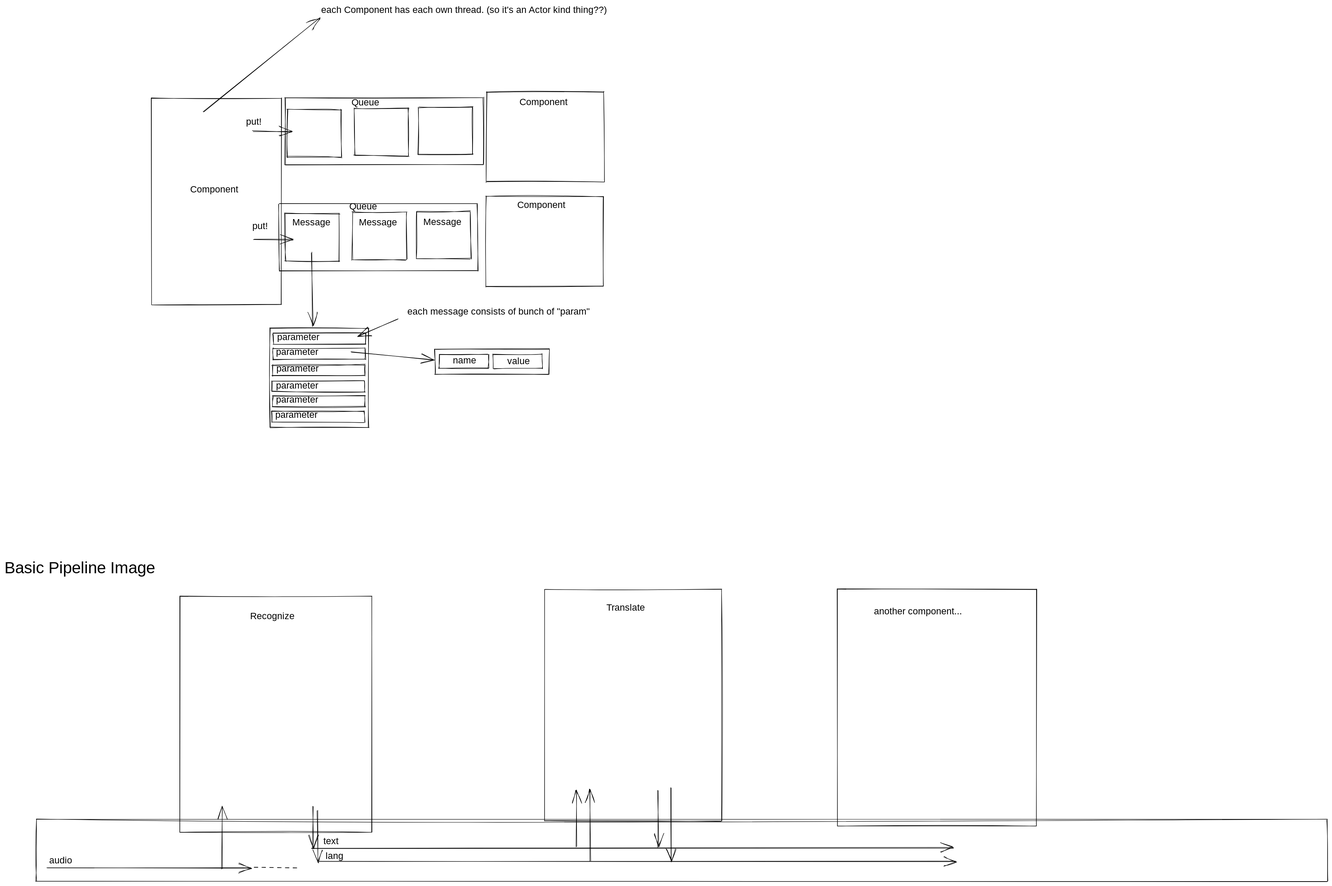
This is docs/architecture.svg from yuniruyuni/MrDamianOld, a Excalidraw export, as it was before one commit. Source tidied: one line per element, renumbered; positions are measured from the earlier drawing's top-left corner, leaving out a move shared by most shapes.
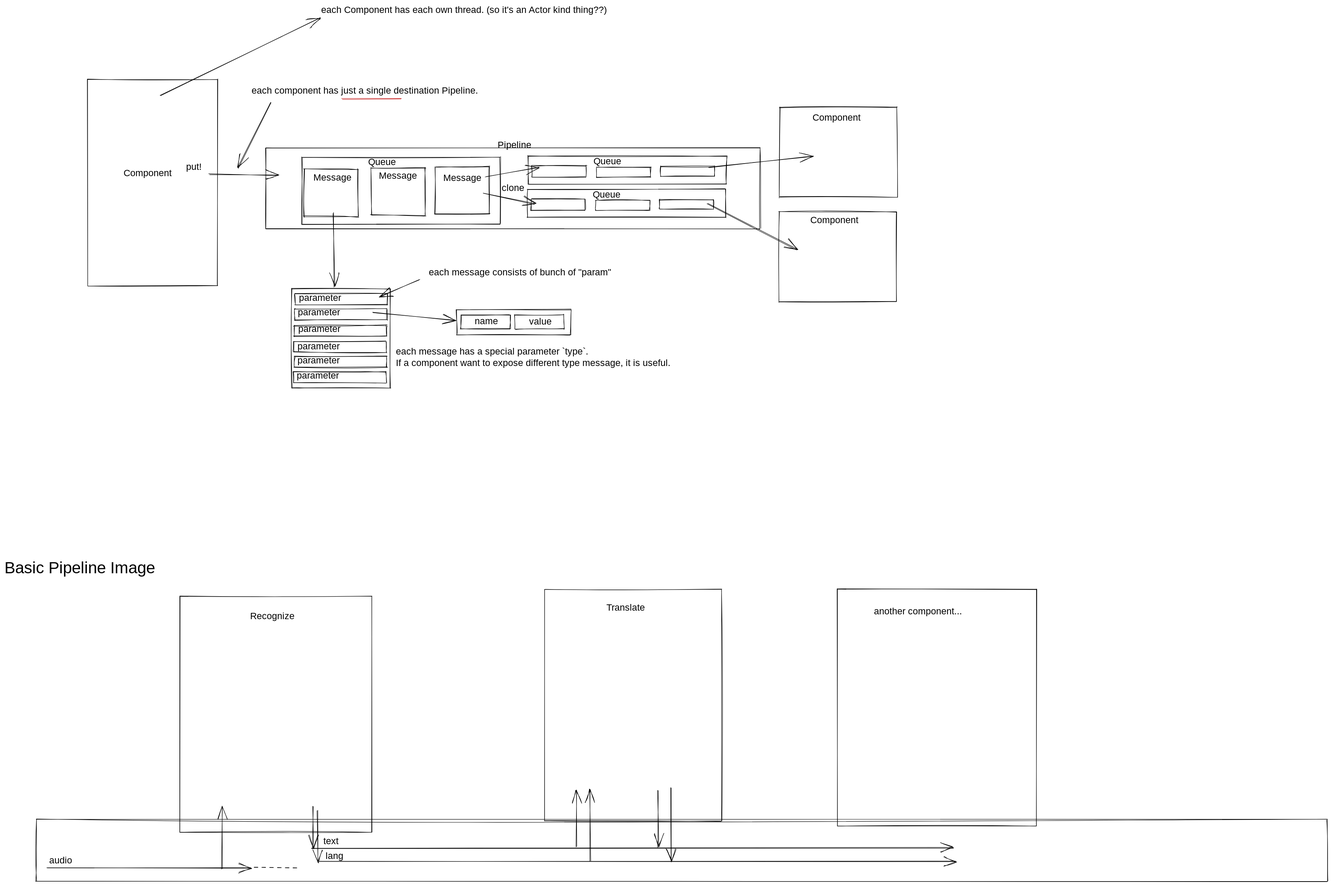
After the commit.

Commit message:
implement Pipeline for multiple component connections

What changed in the source:
```diff
@@ -1,50 +1,56 @@
-{"id": 0, "type": "rectangle", "strokeColor": "#000000", "strokeWidth": 1, "roughness": 1, "x": 601, "y": 436, "width": 434, "height": 146}
-{"id": 1, "type": "rectangle", "strokeColor": "#000000", "strokeWidth": 1, "roughness": 1, "x": 614, "y": 204, "width": 434, "height": 146}
+{"id": 1, "type": "rectangle", "strokeColor": "#000000", "strokeWidth": 1, "roughness": 1, "x": 650, "y": 334, "width": 434, "height": 146}
-{"id": 2, "type": "rectangle", "strokeColor": "#000000", "strokeWidth": 1, "roughness": 1, "x": 614, "y": 457, "width": 118, "height": 104}
+{"id": 69, "type": "rectangle", "strokeColor": "#000000", "strokeWidth": 1, "roughness": 1, "x": 1146, "y": 331, "width": 434, "height": 62}
+{"id": 70, "type": "rectangle", "strokeColor": "#000000", "strokeWidth": 1, "roughness": 1, "x": 1144, "y": 404, "width": 434, "height": 62}
-{"id": 3, "type": "rectangle", "strokeColor": "#000000", "strokeWidth": 1, "roughness": 1, "x": 619, "y": 230, "width": 118, "height": 104}
+{"id": 3, "type": "rectangle", "strokeColor": "#000000", "strokeWidth": 1, "roughness": 1, "x": 655, "y": 360, "width": 118, "height": 104}
+{"id": 71, "type": "rectangle", "strokeColor": "#000000", "strokeWidth": 1, "roughness": 1, "x": 1154, "y": 353, "width": 118, "height": 25}
+{"id": 72, "type": "rectangle", "strokeColor": "#000000", "strokeWidth": 1, "roughness": 1, "x": 1152, "y": 425, "width": 118, "height": 25}
-{"id": 4, "type": "rectangle", "strokeColor": "#000000", "strokeWidth": 1, "roughness": 1, "x": 581, "y": 708, "width": 216, "height": 218}
+{"id": 4, "type": "rectangle", "strokeColor": "#000000", "strokeWidth": 1, "roughness": 1, "x": 629, "y": 621, "width": 216, "height": 218}
-{"id": 5, "type": "rectangle", "strokeColor": "#000000", "strokeWidth": 1, "roughness": 1, "x": 761, "y": 455, "width": 118, "height": 104}
-{"id": 6, "type": "rectangle", "strokeColor": "#000000", "strokeWidth": 1, "roughness": 1, "x": 766, "y": 227, "width": 118, "height": 104}
+{"id": 6, "type": "rectangle", "strokeColor": "#000000", "strokeWidth": 1, "roughness": 1, "x": 802, "y": 357, "width": 118, "height": 104}
-{"id": 7, "type": "rectangle", "strokeColor": "#000000", "strokeWidth": 1, "roughness": 1, "x": 901, "y": 452, "width": 118, "height": 104}
+{"id": 73, "type": "rectangle", "strokeColor": "#000000", "strokeWidth": 1, "roughness": 1, "x": 1296, "y": 356, "width": 118, "height": 22}
+{"id": 74, "type": "rectangle", "strokeColor": "#000000", "strokeWidth": 1, "roughness": 1, "x": 1293, "y": 428, "width": 118, "height": 22}
-{"id": 8, "type": "rectangle", "strokeColor": "#000000", "strokeWidth": 1, "roughness": 1, "x": 906, "y": 225, "width": 118, "height": 104}
+{"id": 8, "type": "rectangle", "strokeColor": "#000000", "strokeWidth": 1, "roughness": 1, "x": 943, "y": 355, "width": 118, "height": 104}
-{"id": 9, "type": "text", "text": "Queue", "strokeColor": "#000000", "strokeWidth": 1, "roughness": 1, "fontSize": 20, "fontFamily": 1, "x": 755, "y": 431, "width": 61, "height": 25}
+{"id": 75, "type": "rectangle", "strokeColor": "#000000", "strokeWidth": 1, "roughness": 1, "x": 1435, "y": 355, "width": 118, "height": 21}
+{"id": 76, "type": "rectangle", "strokeColor": "#000000", "strokeWidth": 1, "roughness": 1, "x": 1433, "y": 427, "width": 118, "height": 21}
-{"id": 10, "type": "text", "text": "Queue", "strokeColor": "#000000", "strokeWidth": 1, "roughness": 1, "fontSize": 20, "fontFamily": 1, "x": 759, "y": 203, "width": 61, "height": 25}
+{"id": 10, "type": "text", "text": "Queue", "strokeColor": "#000000", "strokeWidth": 1, "roughness": 1, "fontSize": 20, "fontFamily": 1, "x": 796, "y": 333, "width": 61, "height": 25}
-{"id": 11, "type": "text", "text": "Message", "strokeColor": "#000000", "strokeWidth": 1, "roughness": 1, "fontSize": 20, "fontFamily": 1, "x": 630, "y": 465, "width": 84, "height": 25}
-{"id": 12, "type": "text", "text": "Message", "strokeColor": "#000000", "strokeWidth": 1, "roughness": 1, "fontSize": 20, "fontFamily": 1, "x": 775, "y": 465, "width": 84, "height": 25}
-{"id": 13, "type": "text", "text": "Message", "strokeColor": "#000000", "strokeWidth": 1, "roughness": 1, "fontSize": 20, "fontFamily": 1, "x": 916, "y": 464, "width": 84, "height": 25}
+{"id": 77, "type": "text", "text": "Queue", "strokeColor": "#000000", "strokeWidth": 1, "roughness": 1, "fontSize": 20, "fontFamily": 1, "x": 1289, "y": 332, "width": 61, "height": 25}
+{"id": 78, "type": "text", "text": "Queue", "strokeColor": "#000000", "strokeWidth": 1, "roughness": 1, "fontSize": 20, "fontFamily": 1, "x": 1287, "y": 404, "width": 61, "height": 25}
+{"id": 79, "type": "text", "text": "Message", "strokeColor": "#000000", "strokeWidth": 1, "roughness": 1, "fontSize": 20, "fontFamily": 1, "x": 960, "y": 368, "width": 84, "height": 25}
+{"id": 80, "type": "text", "text": "Message", "strokeColor": "#000000", "strokeWidth": 1, "roughness": 1, "fontSize": 20, "fontFamily": 1, "x": 819, "y": 363, "width": 84, "height": 25}
+{"id": 81, "type": "text", "text": "Message", "strokeColor": "#000000", "strokeWidth": 1, "roughness": 1, "fontSize": 20, "fontFamily": 1, "x": 675, "y": 367, "width": 84, "height": 25}
-{"id": 14, "type": "arrow", "strokeColor": "#000000", "strokeWidth": 1, "roughness": 1, "endArrowhead": "arrow", "to": 15, "x": 672, "y": 542, "width": 2, "height": 162, "points": [[0, 0], [2, 162]]}
+{"id": 14, "type": "arrow", "strokeColor": "#000000", "strokeWidth": 1, "roughness": 1, "endArrowhead": "arrow", "to": 29, "x": 719, "y": 456, "width": 2, "height": 162, "points": [[0, 0], [2, 162]]}
-{"id": 15, "type": "rectangle", "strokeColor": "#000000", "strokeWidth": 1, "roughness": 1, "x": 588, "y": 719, "width": 202, "height": 24}
+{"id": 15, "type": "rectangle", "strokeColor": "#000000", "strokeWidth": 1, "roughness": 1, "x": 635, "y": 633, "width": 202, "height": 24}
-{"id": 16, "type": "rectangle", "strokeColor": "#000000", "strokeWidth": 1, "roughness": 1, "x": 587, "y": 752, "width": 202, "height": 24}
+{"id": 16, "type": "rectangle", "strokeColor": "#000000", "strokeWidth": 1, "roughness": 1, "x": 634, "y": 666, "width": 202, "height": 24}
-{"id": 17, "type": "rectangle", "strokeColor": "#000000", "strokeWidth": 1, "roughness": 1, "x": 586, "y": 788, "width": 202, "height": 24}
+{"id": 17, "type": "rectangle", "strokeColor": "#000000", "strokeWidth": 1, "roughness": 1, "x": 633, "y": 702, "width": 202, "height": 24}
-{"id": 18, "type": "rectangle", "strokeColor": "#000000", "strokeWidth": 1, "roughness": 1, "x": 585, "y": 823, "width": 202, "height": 24}
+{"id": 18, "type": "rectangle", "strokeColor": "#000000", "strokeWidth": 1, "roughness": 1, "x": 633, "y": 736, "width": 202, "height": 24}
-{"id": 19, "type": "rectangle", "strokeColor": "#000000", "strokeWidth": 1, "roughness": 1, "x": 587, "y": 855, "width": 202, "height": 24}
+{"id": 19, "type": "rectangle", "strokeColor": "#000000", "strokeWidth": 1, "roughness": 1, "x": 634, "y": 769, "width": 202, "height": 24}
-{"id": 20, "type": "rectangle", "strokeColor": "#000000", "strokeWidth": 1, "roughness": 1, "x": 585, "y": 889, "width": 202, "height": 24}
+{"id": 20, "type": "rectangle", "strokeColor": "#000000", "strokeWidth": 1, "roughness": 1, "x": 632, "y": 803, "width": 202, "height": 24}
-{"id": 21, "type": "text", "text": "each message consists of bunch of \"param\"", "strokeColor": "#000000", "strokeWidth": 1, "roughness": 1, "fontSize": 20, "fontFamily": 1, "x": 881, "y": 660, "width": 428, "height": 25}
+{"id": 21, "type": "text", "text": "each message consists of bunch of \"param\"", "strokeColor": "#000000", "strokeWidth": 1, "roughness": 1, "fontSize": 20, "fontFamily": 1, "x": 929, "y": 574, "width": 428, "height": 25}
+{"id": 82, "type": "text", "text": "each message has a special parameter `type`.\nIf a component want to expose different type message, it is useful.", "strokeColor": "#000000", "strokeWidth": 1, "roughness": 1, "fontSize": 20, "fontFamily": 1, "x": 857, "y": 748, "width": 684, "height": 50}
-{"id": 22, "type": "arrow", "strokeColor": "#000000", "strokeWidth": 1, "roughness": 1, "endArrowhead": "arrow", "x": 861, "y": 689, "width": 86, "height": 35, "points": [[0, 0], [-86, 35]]}
+{"id": 22, "type": "arrow", "strokeColor": "#000000", "strokeWidth": 1, "roughness": 1, "endArrowhead": "arrow", "x": 908, "y": 603, "width": 86, "height": 35, "points": [[0, 0], [-86, 35]]}
-{"id": 23, "type": "arrow", "strokeColor": "#000000", "strokeWidth": 1, "roughness": 1, "endArrowhead": "arrow", "to": 24, "x": 758, "y": 760, "width": 180, "height": 17, "points": [[0, 0], [180, 17]]}
+{"id": 23, "type": "arrow", "strokeColor": "#000000", "strokeWidth": 1, "roughness": 1, "endArrowhead": "arrow", "to": 26, "x": 806, "y": 674, "width": 180, "height": 17, "points": [[0, 0], [180, 17]]}
-{"id": 24, "type": "rectangle", "strokeColor": "#000000", "strokeWidth": 1, "roughness": 1, "x": 951, "y": 765, "width": 108, "height": 30}
+{"id": 24, "type": "rectangle", "strokeColor": "#000000", "strokeWidth": 1, "roughness": 1, "x": 999, "y": 679, "width": 108, "height": 30}
-{"id": 25, "type": "rectangle", "strokeColor": "#000000", "strokeWidth": 1, "roughness": 1, "x": 1069, "y": 765, "width": 108, "height": 30}
+{"id": 25, "type": "rectangle", "strokeColor": "#000000", "strokeWidth": 1, "roughness": 1, "x": 1116, "y": 679, "width": 108, "height": 30}
-{"id": 26, "type": "rectangle", "strokeColor": "#000000", "strokeWidth": 1, "roughness": 1, "x": 942, "y": 753, "width": 250, "height": 55}
+{"id": 26, "type": "rectangle", "strokeColor": "#000000", "strokeWidth": 1, "roughness": 1, "x": 990, "y": 667, "width": 250, "height": 55}
-{"id": 27, "type": "text", "text": "name", "strokeColor": "#000000", "strokeWidth": 1, "roughness": 1, "fontSize": 20, "fontFamily": 1, "x": 981, "y": 767, "width": 48, "height": 25}
+{"id": 27, "type": "text", "text": "name", "strokeColor": "#000000", "strokeWidth": 1, "roughness": 1, "fontSize": 20, "fontFamily": 1, "x": 1028, "y": 681, "width": 48, "height": 25}
-{"id": 28, "type": "text", "text": "value", "strokeColor": "#000000", "strokeWidth": 1, "roughness": 1, "fontSize": 20, "fontFamily": 1, "x": 1100, "y": 769, "width": 53, "height": 25}
+{"id": 28, "type": "text", "text": "value", "strokeColor": "#000000", "strokeWidth": 1, "roughness": 1, "fontSize": 20, "fontFamily": 1, "x": 1148, "y": 682, "width": 53, "height": 25}
-{"id": 29, "type": "text", "text": "parameter", "strokeColor": "#000000", "strokeWidth": 1, "roughness": 1, "fontSize": 20, "fontFamily": 1, "x": 597, "y": 716, "width": 102, "height": 25}
+{"id": 29, "type": "text", "text": "parameter", "strokeColor": "#000000", "strokeWidth": 1, "roughness": 1, "fontSize": 20, "fontFamily": 1, "x": 644, "y": 630, "width": 102, "height": 25}
-{"id": 30, "type": "text", "text": "parameter", "strokeColor": "#000000", "strokeWidth": 1, "roughness": 1, "fontSize": 20, "fontFamily": 1, "x": 594, "y": 748, "width": 102, "height": 25}
+{"id": 30, "type": "text", "text": "parameter", "strokeColor": "#000000", "strokeWidth": 1, "roughness": 1, "fontSize": 20, "fontFamily": 1, "x": 642, "y": 662, "width": 102, "height": 25}
-{"id": 31, "type": "text", "text": "parameter", "strokeColor": "#000000", "strokeWidth": 1, "roughness": 1, "fontSize": 20, "fontFamily": 1, "x": 595, "y": 785, "width": 102, "height": 25}
+{"id": 31, "type": "text", "text": "parameter", "strokeColor": "#000000", "strokeWidth": 1, "roughness": 1, "fontSize": 20, "fontFamily": 1, "x": 642, "y": 698, "width": 102, "height": 25}
-{"id": 32, "type": "text", "text": "parameter", "strokeColor": "#000000", "strokeWidth": 1, "roughness": 1, "fontSize": 20, "fontFamily": 1, "x": 594, "y": 822, "width": 102, "height": 25}
+{"id": 32, "type": "text", "text": "parameter", "strokeColor": "#000000", "strokeWidth": 1, "roughness": 1, "fontSize": 20, "fontFamily": 1, "x": 641, "y": 736, "width": 102, "height": 25}
-{"id": 33, "type": "text", "text": "parameter", "strokeColor": "#000000", "strokeWidth": 1, "roughness": 1, "fontSize": 20, "fontFamily": 1, "x": 594, "y": 853, "width": 102, "height": 25}
+{"id": 33, "type": "text", "text": "parameter", "strokeColor": "#000000", "strokeWidth": 1, "roughness": 1, "fontSize": 20, "fontFamily": 1, "x": 641, "y": 767, "width": 102, "height": 25}
-{"id": 34, "type": "text", "text": "parameter", "strokeColor": "#000000", "strokeWidth": 1, "roughness": 1, "fontSize": 20, "fontFamily": 1, "x": 592, "y": 886, "width": 102, "height": 25}
+{"id": 34, "type": "text", "text": "parameter", "strokeColor": "#000000", "strokeWidth": 1, "roughness": 1, "fontSize": 20, "fontFamily": 1, "x": 640, "y": 800, "width": 102, "height": 25}
-{"id": 35, "type": "rectangle", "strokeColor": "#000000", "strokeWidth": 1, "roughness": 1, "x": 321, "y": 205, "width": 284, "height": 452}
+{"id": 35, "type": "rectangle", "strokeColor": "#000000", "strokeWidth": 1, "roughness": 1, "x": 182, "y": 163, "width": 284, "height": 452}
-{"id": 36, "type": "rectangle", "strokeColor": "#000000", "strokeWidth": 1, "roughness": 1, "x": 1053, "y": 419, "width": 257, "height": 197}
+{"id": 36, "type": "rectangle", "strokeColor": "#000000", "strokeWidth": 1, "roughness": 1, "x": 1694, "y": 453, "width": 257, "height": 197}
-{"id": 37, "type": "rectangle", "strokeColor": "#000000", "strokeWidth": 1, "roughness": 1, "x": 1055, "y": 191, "width": 257, "height": 197}
+{"id": 37, "type": "rectangle", "strokeColor": "#000000", "strokeWidth": 1, "roughness": 1, "x": 1696, "y": 224, "width": 257, "height": 197}
-{"id": 38, "type": "arrow", "strokeColor": "#000000", "strokeWidth": 1, "roughness": 1, "endArrowhead": "arrow", "from": 40, "to": 35, "x": 545, "y": 514, "width": 86, "height": 2, "points": [[0, 0], [86, 2]]}
-{"id": 39, "type": "arrow", "strokeColor": "#000000", "strokeWidth": 1, "roughness": 1, "endArrowhead": "arrow", "from": 41, "to": 35, "x": 543, "y": 277, "width": 86, "height": 2, "points": [[0, 0], [86, 2]]}
+{"id": 39, "type": "arrow", "strokeColor": "#000000", "strokeWidth": 1, "roughness": 1, "endArrowhead": "arrow", "from": 41, "x": 447, "y": 371, "width": 152, "height": 2, "points": [[0, 0], [152, 2]]}
-{"id": 40, "type": "text", "text": "put!", "strokeColor": "#000000", "strokeWidth": 1, "roughness": 1, "fontSize": 20, "fontFamily": 1, "x": 542, "y": 473, "width": 40, "height": 25}
+{"id": 83, "type": "arrow", "strokeColor": "#000000", "strokeWidth": 1, "roughness": 1, "endArrowhead": "arrow", "from": 84, "x": 582, "y": 213, "width": 70, "height": 145, "points": [[0, 0], [-70, 145]]}
-{"id": 41, "type": "text", "text": "put!", "strokeColor": "#000000", "strokeWidth": 1, "roughness": 1, "fontSize": 20, "fontFamily": 1, "x": 529, "y": 245, "width": 40, "height": 25}
+{"id": 41, "type": "text", "text": "put!", "strokeColor": "#000000", "strokeWidth": 1, "roughness": 1, "fontSize": 20, "fontFamily": 1, "x": 398, "y": 344, "width": 40, "height": 25}
-{"id": 42, "type": "text", "text": "Component", "strokeColor": "#000000", "strokeWidth": 1, "roughness": 1, "fontSize": 20, "fontFamily": 1, "x": 406, "y": 393, "width": 100, "height": 25}
+{"id": 42, "type": "text", "text": "Component", "strokeColor": "#000000", "strokeWidth": 1, "roughness": 1, "fontSize": 20, "fontFamily": 1, "x": 260, "y": 358, "width": 100, "height": 25}
-{"id": 43, "type": "text", "text": "Component", "strokeColor": "#000000", "strokeWidth": 1, "roughness": 1, "fontSize": 20, "fontFamily": 1, "x": 1122, "y": 427, "width": 100, "height": 25}
+{"id": 43, "type": "text", "text": "Component", "strokeColor": "#000000", "strokeWidth": 1, "roughness": 1, "fontSize": 20, "fontFamily": 1, "x": 1764, "y": 461, "width": 100, "height": 25}
-{"id": 44, "type": "text", "text": "Component", "strokeColor": "#000000", "strokeWidth": 1, "roughness": 1, "fontSize": 20, "fontFamily": 1, "x": 1127, "y": 202, "width": 100, "height": 25}
+{"id": 44, "type": "text", "text": "Component", "strokeColor": "#000000", "strokeWidth": 1, "roughness": 1, "fontSize": 20, "fontFamily": 1, "x": 1768, "y": 236, "width": 100, "height": 25}
-{"id": 45, "type": "arrow", "strokeColor": "#000000", "strokeWidth": 1, "roughness": 1, "endArrowhead": "arrow", "x": 436, "y": 234, "width": 255, "height": 205, "points": [[0, 0], [255, -205]]}
+{"id": 45, "type": "arrow", "strokeColor": "#000000", "strokeWidth": 1, "roughness": 1, "endArrowhead": "arrow", "to": 46, "x": 342, "y": 198, "width": 350, "height": 169, "points": [[0, 0], [350, -169]]}
 {"id": 46, "type": "text", "text": "each Component has each own thread. (so it's an Actor kind thing??)", "strokeColor": "#000000", "strokeWidth": 1, "roughness": 1, "fontSize": 20, "fontFamily": 1, "x": 693, "y": 0, "width": 681, "height": 25}
+{"id": 84, "type": "text", "text": "each component has just a single destination Pipeline. ", "strokeColor": "#000000", "strokeWidth": 1, "roughness": 1, "fontSize": 20, "fontFamily": 1, "x": 541, "y": 177, "width": 542, "height": 25}
 {"id": 47, "type": "rectangle", "strokeColor": "#000000", "strokeWidth": 1, "roughness": 1, "x": 69, "y": 1782, "width": 2826, "height": 136}
 {"id": 48, "type": "rectangle", "strokeColor": "#000000", "strokeWidth": 1, "roughness": 1, "x": 384, "y": 1294, "width": 420, "height": 516}
 {"id": 49, "type": "rectangle", "strokeColor": "#000000", "strokeWidth": 1, "roughness": 1, "x": 1182, "y": 1280, "width": 387, "height": 506}
@@ -67,3 +73,11 @@
 {"id": 66, "type": "arrow", "strokeColor": "#000000", "strokeWidth": 1, "roughness": 1, "endArrowhead": "arrow", "x": 1430, "y": 1719, "width": 0, "height": 126, "points": [[0, 0], [0, 126]]}
 {"id": 67, "type": "arrow", "strokeColor": "#000000", "strokeWidth": 1, "roughness": 1, "endArrowhead": "arrow", "x": 1458, "y": 1713, "width": 0, "height": 162, "points": [[0, 0], [0, 162]]}
 {"id": 68, "type": "text", "text": "Basic Pipeline Image", "strokeColor": "#000000", "strokeWidth": 1, "roughness": 1, "fontSize": 36, "fontFamily": 1, "x": 0, "y": 1212, "width": 361, "height": 46}
+{"id": 85, "type": "rectangle", "strokeColor": "#000000", "strokeWidth": 1, "roughness": 1, "x": 572, "y": 314, "width": 1081, "height": 177}
+{"id": 86, "type": "arrow", "strokeColor": "#000000", "strokeWidth": 1, "roughness": 1, "endArrowhead": "arrow", "from": 79, "x": 1052, "y": 377, "width": 118, "height": 20, "points": [[0, 0], [118, -20]]}
+{"id": 87, "type": "arrow", "strokeColor": "#000000", "strokeWidth": 1, "roughness": 1, "endArrowhead": "arrow", "x": 1048, "y": 412, "width": 112, "height": 25, "points": [[0, 0], [112, 25]]}
+{"id": 88, "type": "text", "text": "clone", "strokeColor": "#000000", "strokeWidth": 1, "roughness": 1, "fontSize": 20, "fontFamily": 1, "textAlign": "center", "verticalAlign": "middle", "inside": 85, "x": 1088, "y": 390, "width": 49, "height": 25}
+{"id": 89, "type": "arrow", "strokeColor": "#000000", "strokeWidth": 1, "roughness": 1, "endArrowhead": "arrow", "x": 1540, "y": 357, "width": 230, "height": 26, "points": [[0, 0], [230, -26]]}
+{"id": 90, "type": "arrow", "strokeColor": "#000000", "strokeWidth": 1, "roughness": 1, "endArrowhead": "arrow", "x": 1538, "y": 435, "width": 196, "height": 101, "points": [[0, 0], [196, 101]]}
+{"id": 91, "type": "text", "text": "Pipeline", "strokeColor": "#000000", "strokeWidth": 1, "roughness": 1, "fontSize": 20, "fontFamily": 1, "x": 1079, "y": 296, "width": 70, "height": 25}
+{"id": 92, "type": "line", "strokeColor": "#c92a2a", "strokeWidth": 1, "roughness": 1, "x": 738, "y": 207, "width": 131, "height": 0, "points": [[0, 0], [131, 0]]}
```
